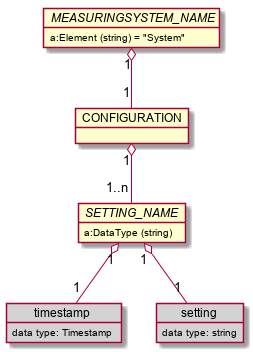
Earlier version of the PlantUML export images/generated/rcmdx_measuringsystem_config_group.png (OpenRailAssociation/rcm-dx).
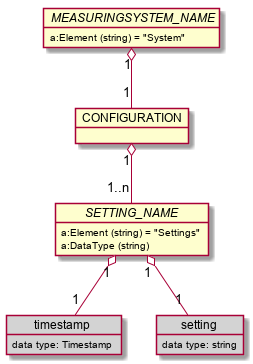
Later version of the same file.

Diff of the diagram source:
```diff
@@ -7,6 +7,7 @@
   MEASURINGSYSTEM "1" o-- "1" ms_config
 
   object "//SETTING_NAME//" as setting_name {
+    a:Element (string) = "Settings"
     a:DataType (string)
   }
   ms_config "1" o-- "1..n" setting_name
```
